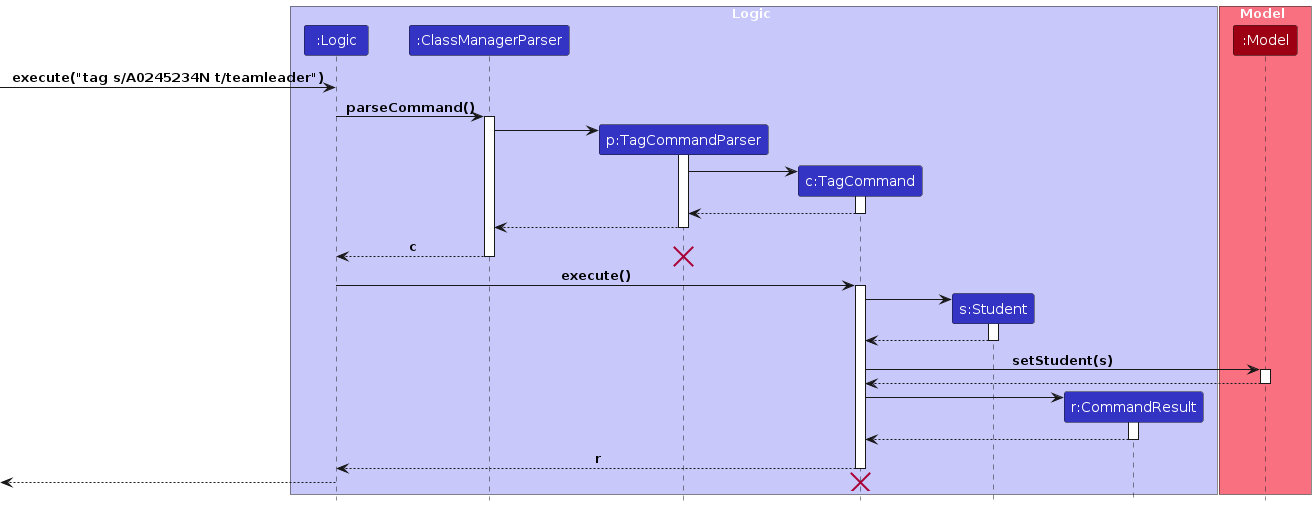
AY2324S1-CS2103T-T11-1/tp keeps this PlantUML diagram as diagrams/TagCommand.png. Above is the earlier version. Its source is kept beside it as diagrams/TagCommand.puml. The source it was exported from:
```plantuml
@startuml
!include style.puml

box Logic LOGIC_COLOR_T1
participant ":Logic" as Logic LOGIC_COLOR
participant ":ClassManagerParser" as ClassManagerParser LOGIC_COLOR
participant "p:TagCommandParser" as TagCommandParser LOGIC_COLOR
participant "c:TagCommand" as TagCommand LOGIC_COLOR
participant "s:Student" as Student LOGIC_COLOR
participant "r:CommandResult" as CommandResult LOGIC_COLOR
end box

box Model MODEL_COLOR_T1
participant ":Model" as Model MODEL_COLOR
end box

[-> Logic : execute("tag s/A0245234N t/teamleader")

Logic -> ClassManagerParser : parseCommand()
activate ClassManagerParser

create TagCommandParser
ClassManagerParser -> TagCommandParser
activate TagCommandParser

create TagCommand
TagCommandParser -> TagCommand
activate TagCommand

TagCommand --> TagCommandParser
deactivate TagCommand

TagCommandParser --> ClassManagerParser
deactivate TagCommandParser

ClassManagerParser --> Logic : c
deactivate ClassManagerParser
destroy TagCommandParser

Logic -> TagCommand : execute()
activate TagCommand

create Student
TagCommand -> Student
activate Student

Student --> TagCommand
deactivate Student

TagCommand -> Model : setStudent(s)
activate Model

Model --> TagCommand
deactivate Model

create CommandResult
TagCommand -> CommandResult
activate CommandResult

CommandResult --> TagCommand
deactivate CommandResult

TagCommand --> Logic : r
deactivate TagCommand

[<-- Logic
deactivate Logic

destroy TagCommand
@enduml
```
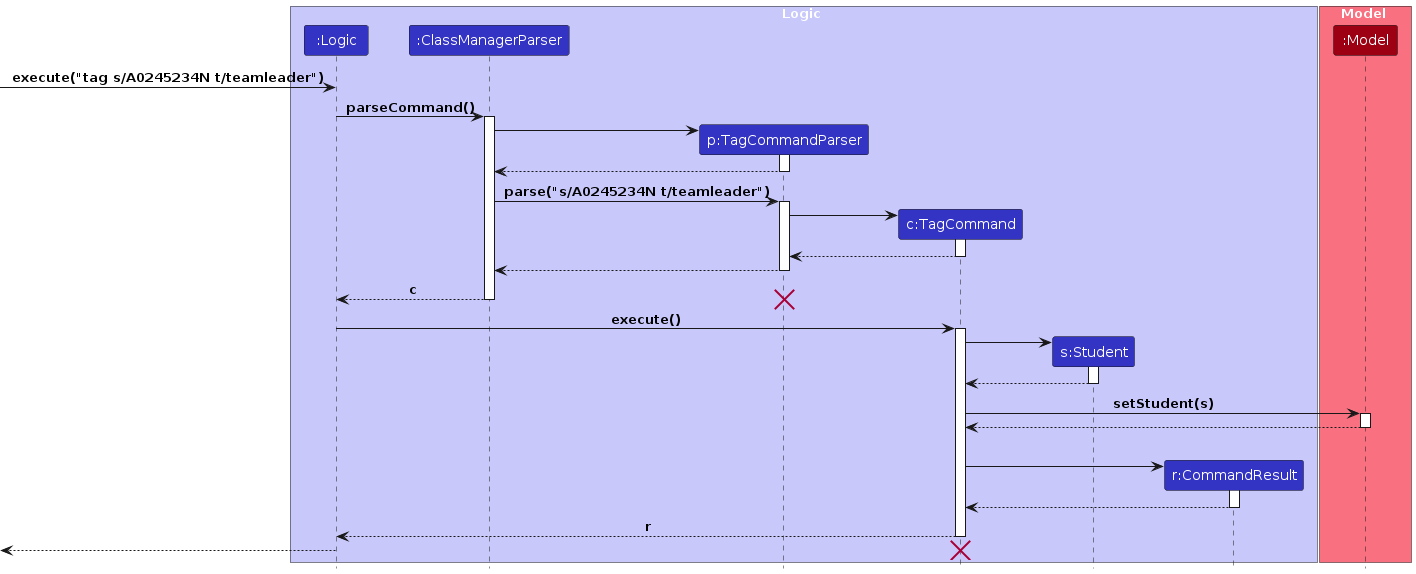
After the commit.

What changed in the source:
```diff
@@ -21,6 +21,12 @@
 
 create TagCommandParser
 ClassManagerParser -> TagCommandParser
+activate TagCommandParser
+
+TagCommandParser --> ClassManagerParser
+deactivate TagCommandParser
+
+ClassManagerParser -> TagCommandParser : parse("s/A0245234N t/teamleader")
 activate TagCommandParser
 
 create TagCommand
@@ -52,7 +58,7 @@
 
 Model --> TagCommand
 deactivate Model
-
+|||
 create CommandResult
 TagCommand -> CommandResult
 activate CommandResult
```
